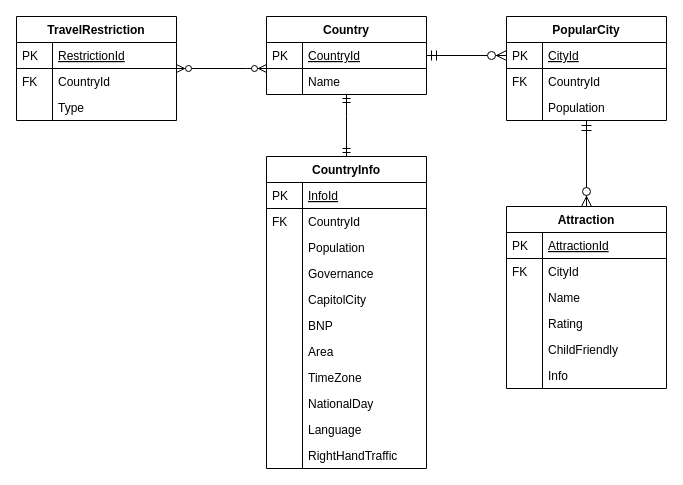
Earlier version of the draw.io diagram Documentation/DbDiagrams/DbDiagram.drawio (Gerglamesh/Web-Backend-GruppD). Source tidied: cells renumbered, new cells numbered last; positions are measured from the earlier drawing's top-left corner, leaving out a move shared by most shapes. Both pictures are drawn from the tidied source at 100%, with x=0, y=0 at pixel (16, 16).
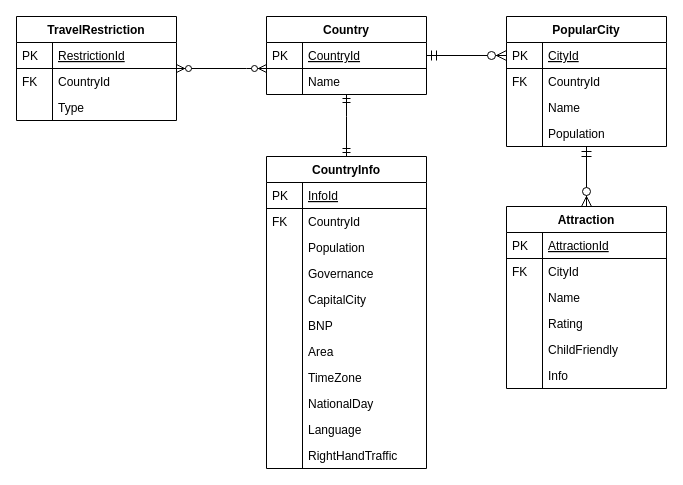
The same diagram, later.

Commit message (it also covers changes not shown here):
@Gerglamesh, Add Json-examples to documentation

Unchanged cells that the change refers to:
```xml
<mxCell id="31" value="CountryInfo" style="swimlane;fontStyle=1;horizontal=1;startSize=26;rounded=0;shadow=0;strokeWidth=1;" parent="1" vertex="1">
  <mxGeometry x="250" y="140" width="160" height="312" as="geometry" />
</mxCell>
```

Diff of the diagram source:
```diff
@@
     <mxCell id="11" value="PopularCity" style="swimlane;fontStyle=1;horizontal=1;startSize=26;rounded=0;shadow=0;strokeWidth=1;" parent="1" vertex="1">
-      <mxGeometry x="490" width="160" height="104" as="geometry" />
+      <mxGeometry x="490" width="160" height="130" as="geometry" />
     </mxCell>
@@
-    <mxCell id="16" value="Population" style="shape=partialRectangle;top=0;left=0;right=0;bottom=0;align=left;verticalAlign=top;fillColor=none;spacingLeft=40;spacingRight=4;overflow=hidden;rounded=0;shadow=0;strokeWidth=1;" parent="11" vertex="1">
+    <mxCell id="16" value="Name" style="shape=partialRectangle;top=0;left=0;right=0;bottom=0;align=left;verticalAlign=top;fillColor=none;spacingLeft=40;spacingRight=4;overflow=hidden;rounded=0;shadow=0;strokeWidth=1;" parent="11" vertex="1">
       <mxGeometry y="78" width="160" height="26" as="geometry" />
     </mxCell>
@@
+    <mxCell id="61" value="Population" style="shape=partialRectangle;top=0;left=0;right=0;bottom=0;align=left;verticalAlign=top;fillColor=none;spacingLeft=40;spacingRight=4;overflow=hidden;rounded=0;shadow=0;strokeWidth=1;" parent="11" vertex="1">
+      <mxGeometry y="104" width="160" height="26" as="geometry" />
+    </mxCell>
+    <mxCell id="62" style="shape=partialRectangle;top=0;left=0;bottom=0;fillColor=none;align=left;verticalAlign=top;spacingLeft=4;spacingRight=4;overflow=hidden;" parent="61" vertex="1">
+      <mxGeometry width="36" height="26" as="geometry" />
+    </mxCell>
@@
-    <mxCell id="40" value="CapitolCity" style="shape=partialRectangle;top=0;left=0;right=0;bottom=0;align=left;verticalAlign=top;fillColor=none;spacingLeft=40;spacingRight=4;overflow=hidden;rounded=0;shadow=0;strokeWidth=1;" parent="31" vertex="1">
+    <mxCell id="40" value="CapitalCity" style="shape=partialRectangle;top=0;left=0;right=0;bottom=0;align=left;verticalAlign=top;fillColor=none;spacingLeft=40;spacingRight=4;overflow=hidden;rounded=0;shadow=0;strokeWidth=1;" parent="31" vertex="1">
       <mxGeometry y="130" width="160" height="26" as="geometry" />
     </mxCell>
```
